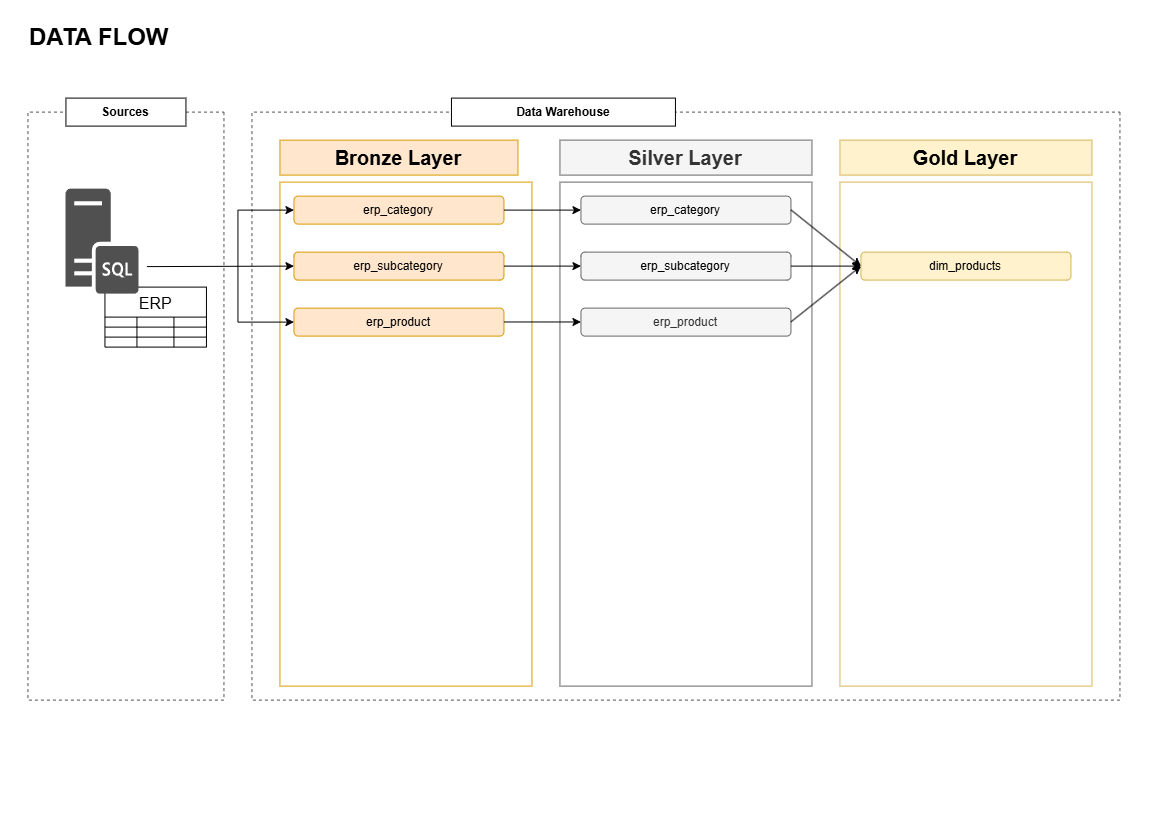
The draw.io diagram Images/DWH_Architetcture_DataFlow.png in FilChiauzzi/DWH-Power-BI-Project, before a commit. Source tidied: cells renumbered, new cells last; positions are measured from the earlier drawing's top-left corner, leaving out a move shared by most shapes.
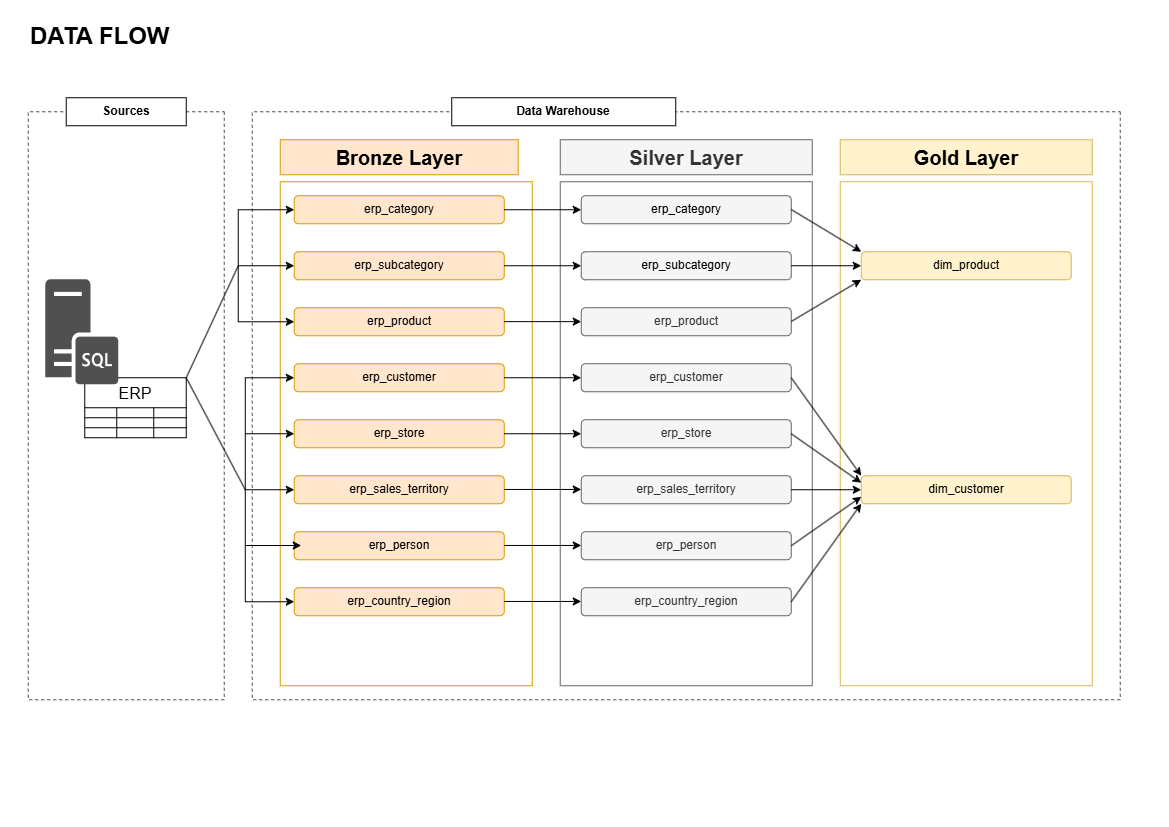
Above is the later version.

Commit message:
Aggiunta customer

The edit, as a diff of the source:
```diff
@@ -36,7 +36,7 @@
       <mxGeometry x="1008" y="210" width="252" height="504" as="geometry" />
     </mxCell>
     <mxCell id="13" value="ERP" style="shape=table;startSize=30;strokeColor=default;fontSize=16;" parent="1" vertex="1">
-      <mxGeometry x="273" y="315" width="101.5" height="60" as="geometry" />
+      <mxGeometry x="252.5" y="406" width="101.5" height="60" as="geometry" />
     </mxCell>
     <mxCell id="14" style="shape=tableRow;horizontal=0;startSize=0;swimlaneHead=0;swimlaneBody=0;strokeColor=inherit;top=0;left=0;bottom=0;right=0;fillColor=none;fontSize=16;" parent="13" vertex="1">
       <mxGeometry y="30" width="101.5" height="10" as="geometry" />
@@ -75,7 +75,7 @@
       <mxGeometry x="69" width="33" height="10" as="geometry" />
     </mxCell>
     <mxCell id="26" style="sketch=0;shadow=0;dashed=0;html=1;strokeColor=none;fillColor=#505050;labelPosition=center;verticalLabelPosition=bottom;verticalAlign=top;align=center;shape=mxgraph.office.servers.sql_server;" parent="1" vertex="1">
-      <mxGeometry x="234" y="217" width="73" height="105" as="geometry" />
+      <mxGeometry x="213.5" y="308" width="73" height="105" as="geometry" />
     </mxCell>
     <mxCell id="27" value="erp_category" style="rounded=1;whiteSpace=wrap;html=1;fillColor=#ffe6cc;strokeColor=#d79b00;" parent="1" vertex="1">
       <mxGeometry x="462" y="224" width="210" height="28" as="geometry" />
@@ -95,12 +95,12 @@
     <mxCell id="32" value="erp_product" style="rounded=1;whiteSpace=wrap;html=1;fillColor=#f5f5f5;strokeColor=#666666;fontColor=#333333;" parent="1" vertex="1">
       <mxGeometry x="749" y="336" width="210" height="28" as="geometry" />
     </mxCell>
-    <mxCell id="33" value="dim_products" style="rounded=1;whiteSpace=wrap;html=1;fillColor=#fff2cc;strokeColor=#d6b656;" parent="1" vertex="1">
+    <mxCell id="33" value="dim_product" style="rounded=1;whiteSpace=wrap;html=1;fillColor=#fff2cc;strokeColor=#d6b656;" parent="1" vertex="1">
       <mxGeometry x="1029" y="280" width="210" height="28" as="geometry" />
     </mxCell>
     <mxCell id="34" style="endArrow=classic;html=1;rounded=0;entryX=0;entryY=0.5;entryDx=0;entryDy=0;" parent="1" edge="1" target="28">
       <mxGeometry relative="1" as="geometry">
-        <mxPoint x="315" y="294.5" as="sourcePoint" />
+        <mxPoint x="406" y="294" as="sourcePoint" />
       </mxGeometry>
     </mxCell>
     <mxCell id="35" style="endArrow=classic;html=1;rounded=0;entryX=0;entryY=0.5;entryDx=0;entryDy=0;edgeStyle=orthogonalEdgeStyle;startArrow=classic;startFill=1;" parent="1" edge="1" source="29" target="27">
@@ -131,15 +131,127 @@
         <mxPoint x="1029" y="294" as="targetPoint" />
       </mxGeometry>
     </mxCell>
-    <mxCell id="40" style="endArrow=classic;html=1;rounded=0;entryX=0;entryY=0.5;entryDx=0;entryDy=0;exitX=1;exitY=0.5;exitDx=0;exitDy=0;" parent="1" edge="1" target="33">
+    <mxCell id="40" style="endArrow=classic;html=1;rounded=0;entryX=0;entryY=1;entryDx=0;entryDy=0;exitX=1;exitY=0.5;exitDx=0;exitDy=0;" parent="1" edge="1" target="33">
       <mxGeometry relative="1" as="geometry">
         <mxPoint x="959" y="349.8" as="sourcePoint" />
       </mxGeometry>
     </mxCell>
-    <mxCell id="41" style="endArrow=classic;html=1;rounded=0;entryX=0;entryY=0.5;entryDx=0;entryDy=0;exitX=1;exitY=0.5;exitDx=0;exitDy=0;" parent="1" edge="1" target="33">
+    <mxCell id="41" style="endArrow=classic;html=1;rounded=0;entryX=0;entryY=0;entryDx=0;entryDy=0;exitX=1;exitY=0.5;exitDx=0;exitDy=0;" parent="1" edge="1" target="33">
       <mxGeometry relative="1" as="geometry">
         <mxPoint x="959" y="237.8" as="sourcePoint" />
       </mxGeometry>
     </mxCell>
+    <mxCell id="42" value="erp_customer" style="rounded=1;whiteSpace=wrap;html=1;fillColor=#ffe6cc;strokeColor=#d79b00;" parent="1" vertex="1">
+      <mxGeometry x="462" y="392" width="210" height="28" as="geometry" />
+    </mxCell>
+    <mxCell id="43" value="erp_store" style="rounded=1;whiteSpace=wrap;html=1;fillColor=#ffe6cc;strokeColor=#d79b00;" parent="1" vertex="1">
+      <mxGeometry x="462" y="448" width="210" height="28" as="geometry" />
+    </mxCell>
+    <mxCell id="44" value="erp_sales_territory" style="rounded=1;whiteSpace=wrap;html=1;fillColor=#ffe6cc;strokeColor=#d79b00;" parent="1" vertex="1">
+      <mxGeometry x="462" y="504" width="210" height="28" as="geometry" />
+    </mxCell>
+    <mxCell id="45" style="endArrow=classic;html=1;rounded=0;entryX=0;entryY=0.5;entryDx=0;entryDy=0;" parent="1" edge="1" target="43">
+      <mxGeometry relative="1" as="geometry">
+        <mxPoint x="413" y="462" as="sourcePoint" />
+      </mxGeometry>
+    </mxCell>
+    <mxCell id="46" style="endArrow=classic;html=1;rounded=0;entryX=0;entryY=0.5;entryDx=0;entryDy=0;edgeStyle=orthogonalEdgeStyle;startArrow=classic;startFill=1;exitX=0;exitY=0.5;exitDx=0;exitDy=0;" parent="1" edge="1" source="48" target="42">
+      <mxGeometry relative="1" as="geometry">
+        <Array as="points">
+          <mxPoint x="413" y="630" />
+          <mxPoint x="413" y="406" />
+        </Array>
+      </mxGeometry>
+    </mxCell>
+    <mxCell id="47" value="erp_person" style="rounded=1;whiteSpace=wrap;html=1;fillColor=#ffe6cc;strokeColor=#d79b00;" parent="1" vertex="1">
+      <mxGeometry x="462" y="560" width="210" height="28" as="geometry" />
+    </mxCell>
+    <mxCell id="48" value="erp_country_region" style="rounded=1;whiteSpace=wrap;html=1;fillColor=#ffe6cc;strokeColor=#d79b00;" parent="1" vertex="1">
+      <mxGeometry x="462" y="616" width="210" height="28" as="geometry" />
+    </mxCell>
+    <mxCell id="49" style="endArrow=classic;html=1;rounded=0;" parent="1" edge="1" target="44">
+      <mxGeometry relative="1" as="geometry">
+        <mxPoint x="413" y="518" as="sourcePoint" />
+      </mxGeometry>
+    </mxCell>
+    <mxCell id="50" style="endArrow=classic;html=1;rounded=0;" parent="1" edge="1">
+      <mxGeometry relative="1" as="geometry">
+        <mxPoint x="413" y="573.8" as="sourcePoint" />
+        <mxPoint x="469" y="573.8" as="targetPoint" />
+      </mxGeometry>
+    </mxCell>
+    <mxCell id="51" style="endArrow=none;html=1;rounded=0;exitX=1;exitY=0;exitDx=0;exitDy=0;" parent="1" edge="1" source="13">
+      <mxGeometry relative="1" as="geometry">
+        <mxPoint x="413" y="518" as="targetPoint" />
+      </mxGeometry>
+    </mxCell>
+    <mxCell id="52" style="endArrow=none;html=1;rounded=0;exitX=1;exitY=0;exitDx=0;exitDy=0;" parent="1" edge="1" source="13">
+      <mxGeometry relative="1" as="geometry">
+        <mxPoint x="406" y="294" as="targetPoint" />
+      </mxGeometry>
+    </mxCell>
+    <mxCell id="53" value="erp_customer" style="rounded=1;whiteSpace=wrap;html=1;fillColor=#f5f5f5;strokeColor=#666666;fontColor=#333333;" parent="1" vertex="1">
+      <mxGeometry x="749" y="392" width="210" height="28" as="geometry" />
+    </mxCell>
+    <mxCell id="54" value="erp_store" style="rounded=1;whiteSpace=wrap;html=1;fillColor=#f5f5f5;strokeColor=#666666;fontColor=#333333;" parent="1" vertex="1">
+      <mxGeometry x="749" y="448" width="210" height="28" as="geometry" />
+    </mxCell>
+    <mxCell id="55" value="erp_sales_territory" style="rounded=1;whiteSpace=wrap;html=1;fillColor=#f5f5f5;strokeColor=#666666;fontColor=#333333;" parent="1" vertex="1">
+      <mxGeometry x="749" y="504" width="210" height="28" as="geometry" />
+    </mxCell>
+    <mxCell id="56" value="erp_person" style="rounded=1;whiteSpace=wrap;html=1;fillColor=#f5f5f5;strokeColor=#666666;fontColor=#333333;" parent="1" vertex="1">
+      <mxGeometry x="749" y="560" width="210" height="28" as="geometry" />
+    </mxCell>
+    <mxCell id="57" value="erp_country_region" style="rounded=1;whiteSpace=wrap;html=1;fillColor=#f5f5f5;strokeColor=#666666;fontColor=#333333;" parent="1" vertex="1">
+      <mxGeometry x="749" y="616" width="210" height="28" as="geometry" />
+    </mxCell>
+    <mxCell id="58" style="endArrow=classic;html=1;rounded=0;entryX=0;entryY=0.5;entryDx=0;entryDy=0;exitX=1;exitY=0.5;exitDx=0;exitDy=0;" parent="1" edge="1">
+      <mxGeometry relative="1" as="geometry">
+        <mxPoint x="672" y="406" as="sourcePoint" />
+        <mxPoint x="749" y="406" as="targetPoint" />
+      </mxGeometry>
+    </mxCell>
+    <mxCell id="59" style="endArrow=classic;html=1;rounded=0;entryX=0;entryY=0.5;entryDx=0;entryDy=0;exitX=1;exitY=0.5;exitDx=0;exitDy=0;" parent="1" edge="1">
+      <mxGeometry relative="1" as="geometry">
+        <mxPoint x="672" y="462" as="sourcePoint" />
+        <mxPoint x="749" y="462" as="targetPoint" />
+      </mxGeometry>
+    </mxCell>
+    <mxCell id="60" style="endArrow=classic;html=1;rounded=0;entryX=0;entryY=0.5;entryDx=0;entryDy=0;exitX=1;exitY=0.5;exitDx=0;exitDy=0;" parent="1" edge="1">
+      <mxGeometry relative="1" as="geometry">
+        <mxPoint x="672" y="517.7" as="sourcePoint" />
+        <mxPoint x="749" y="517.7" as="targetPoint" />
+      </mxGeometry>
+    </mxCell>
+    <mxCell id="61" style="endArrow=classic;html=1;rounded=0;entryX=0;entryY=0.5;entryDx=0;entryDy=0;exitX=1;exitY=0.5;exitDx=0;exitDy=0;" parent="1" edge="1">
+      <mxGeometry relative="1" as="geometry">
+        <mxPoint x="672" y="573.7" as="sourcePoint" />
+        <mxPoint x="749" y="573.7" as="targetPoint" />
+      </mxGeometry>
+    </mxCell>
+    <mxCell id="62" style="endArrow=classic;html=1;rounded=0;entryX=0;entryY=0.5;entryDx=0;entryDy=0;exitX=1;exitY=0.5;exitDx=0;exitDy=0;" parent="1" edge="1">
+      <mxGeometry relative="1" as="geometry">
+        <mxPoint x="672" y="629.7" as="sourcePoint" />
+        <mxPoint x="749" y="629.7" as="targetPoint" />
+      </mxGeometry>
+    </mxCell>
+    <mxCell id="63" value="dim_customer" style="rounded=1;whiteSpace=wrap;html=1;fillColor=#fff2cc;strokeColor=#d6b656;" parent="1" vertex="1">
+      <mxGeometry x="1029" y="504" width="210" height="28" as="geometry" />
+    </mxCell>
+    <mxCell id="64" style="endArrow=classic;html=1;rounded=0;entryX=0;entryY=0;entryDx=0;entryDy=0;exitX=1;exitY=0.5;exitDx=0;exitDy=0;" parent="1" edge="1" source="53" target="63">
+      <mxGeometry relative="1" as="geometry" />
+    </mxCell>
+    <mxCell id="65" style="endArrow=classic;html=1;rounded=0;entryX=0;entryY=0.25;entryDx=0;entryDy=0;exitX=1;exitY=0.5;exitDx=0;exitDy=0;" parent="1" edge="1" source="54" target="63">
+      <mxGeometry relative="1" as="geometry" />
+    </mxCell>
+    <mxCell id="66" style="endArrow=classic;html=1;rounded=0;entryX=0;entryY=0.5;entryDx=0;entryDy=0;exitX=1;exitY=0.5;exitDx=0;exitDy=0;" parent="1" edge="1" source="55" target="63">
+      <mxGeometry relative="1" as="geometry" />
+    </mxCell>
+    <mxCell id="67" style="endArrow=classic;html=1;rounded=0;entryX=0;entryY=0.75;entryDx=0;entryDy=0;exitX=1;exitY=0.5;exitDx=0;exitDy=0;" parent="1" edge="1" source="56" target="63">
+      <mxGeometry relative="1" as="geometry" />
+    </mxCell>
+    <mxCell id="68" style="endArrow=classic;html=1;rounded=0;entryX=0;entryY=1;entryDx=0;entryDy=0;exitX=1;exitY=0.5;exitDx=0;exitDy=0;" parent="1" edge="1" source="57" target="63">
+      <mxGeometry relative="1" as="geometry" />
+    </mxCell>
   </root>
 </mxGraphModel>
```
